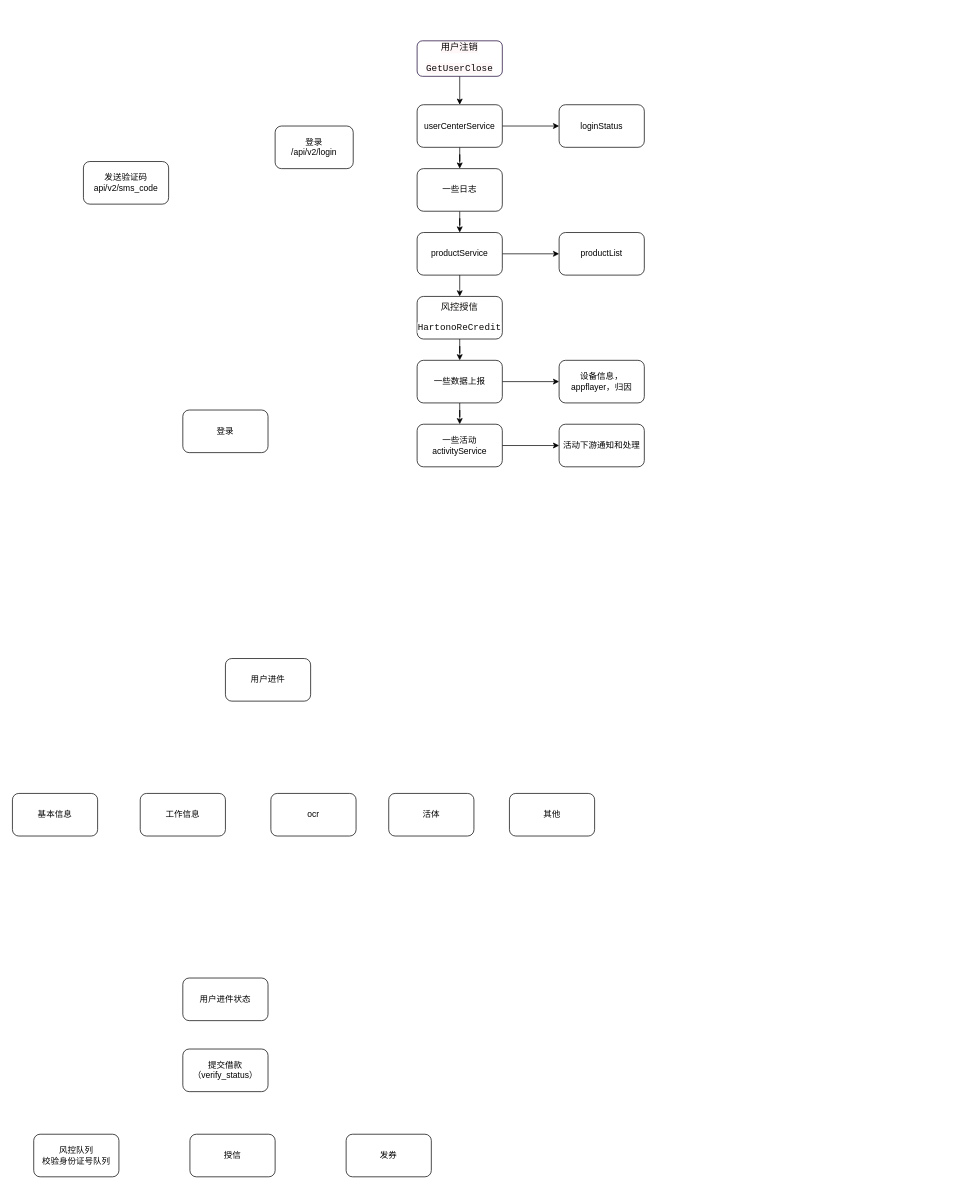
Before: 未命名绘图.drawio in xjw440/Workerman, a draw.io diagram. Source tidied: cells renumbered, new cells numbered last; positions are measured from the earlier drawing's top-left corner, leaving out a move shared by most shapes. Both pictures are drawn from the tidied source at 71%, with x=0, y=0 at pixel (12, 40).
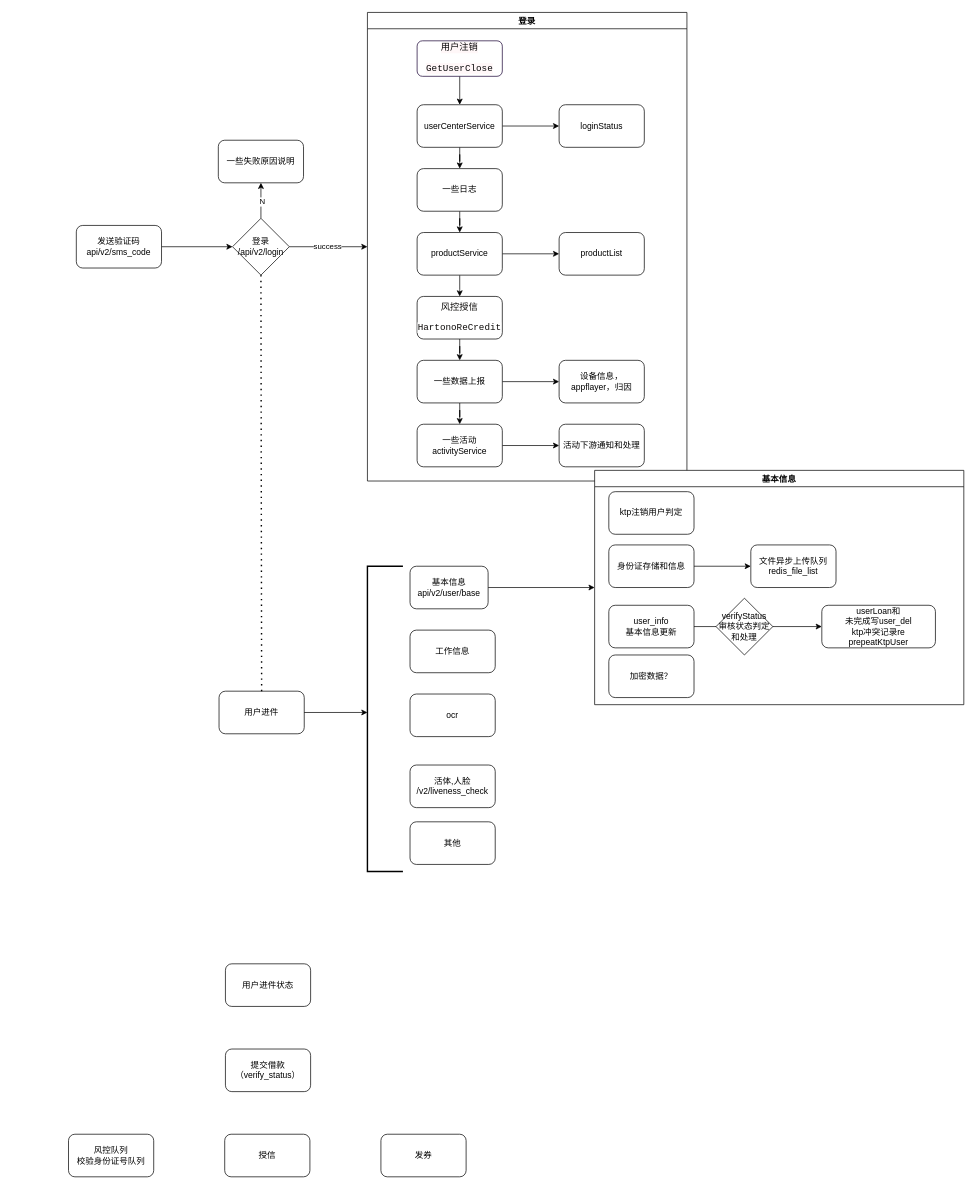
The same page after the edit.

Commit message:
更新未命名绘图.drawio

Change to the diagram source:
```diff
@@
-    <mxCell id="2" value="登录" style="rounded=1;whiteSpace=wrap;html=1;fontSize=12;glass=0;strokeWidth=1;shadow=0;" parent="1" vertex="1">
-      <mxGeometry x="240" y="520" width="120" height="60" as="geometry" />
-    </mxCell>
     <mxCell id="3" value="用户进件" style="rounded=1;whiteSpace=wrap;html=1;" parent="1" vertex="1">
-      <mxGeometry x="300" y="870" width="120" height="60" as="geometry" />
+      <mxGeometry x="291" y="916" width="120" height="60" as="geometry" />
     </mxCell>
     <mxCell id="4" value="工作信息" style="rounded=1;whiteSpace=wrap;html=1;" parent="1" vertex="1">
-      <mxGeometry x="180" y="1060" width="120" height="60" as="geometry" />
+      <mxGeometry x="560" y="830" width="120" height="60" as="geometry" />
     </mxCell>
     <mxCell id="5" value="用户进件状态" style="rounded=1;whiteSpace=wrap;html=1;" parent="1" vertex="1">
-      <mxGeometry x="240" y="1320" width="120" height="60" as="geometry" />
+      <mxGeometry x="300" y="1300" width="120" height="60" as="geometry" />
     </mxCell>
     <mxCell id="6" value="提交借款（verify_status）" style="rounded=1;whiteSpace=wrap;html=1;" parent="1" vertex="1">
-      <mxGeometry x="240" y="1420" width="120" height="60" as="geometry" />
+      <mxGeometry x="300" y="1420" width="120" height="60" as="geometry" />
     </mxCell>
     <mxCell id="7" value="风控队列&lt;br&gt;校验身份证号队列" style="rounded=1;whiteSpace=wrap;html=1;" parent="1" vertex="1">
-      <mxGeometry x="30" y="1540" width="120" height="60" as="geometry" />
+      <mxGeometry x="79" y="1540" width="120" height="60" as="geometry" />
     </mxCell>
     <mxCell id="8" value="授信" style="rounded=1;whiteSpace=wrap;html=1;" parent="1" vertex="1">
-      <mxGeometry x="250" y="1540" width="120" height="60" as="geometry" />
+      <mxGeometry x="299" y="1540" width="120" height="60" as="geometry" />
     </mxCell>
     <mxCell id="9" value="发券" style="rounded=1;whiteSpace=wrap;html=1;" parent="1" vertex="1">
-      <mxGeometry x="470" y="1540" width="120" height="60" as="geometry" />
+      <mxGeometry x="519" y="1540" width="120" height="60" as="geometry" />
     </mxCell>
+    <mxCell id="37" style="edgeStyle=orthogonalEdgeStyle;rounded=0;jettySize=auto;html=1;entryX=0;entryY=0.5;entryDx=0;entryDy=0;" parent="1" edge="1" source="10" target="47">
+      <mxGeometry relative="1" as="geometry" />
+    </mxCell>
-    <mxCell id="10" value="基本信息" style="rounded=1;whiteSpace=wrap;html=1;" parent="1" vertex="1">
-      <mxGeometry y="1060" width="120" height="60" as="geometry" />
+    <mxCell id="10" value="基本信息&lt;br&gt;api/v2/user/base" style="rounded=1;whiteSpace=wrap;html=1;" parent="1" vertex="1">
+      <mxGeometry x="560" y="740" width="110" height="60" as="geometry" />
     </mxCell>
     <mxCell id="11" value="ocr" style="rounded=1;whiteSpace=wrap;html=1;" parent="1" vertex="1">
-      <mxGeometry x="364" y="1060" width="120" height="60" as="geometry" />
+      <mxGeometry x="560" y="920" width="120" height="60" as="geometry" />
     </mxCell>
-    <mxCell id="12" value="活体" style="rounded=1;whiteSpace=wrap;html=1;" parent="1" vertex="1">
-      <mxGeometry x="530" y="1060" width="120" height="60" as="geometry" />
+    <mxCell id="12" value="活体,人脸&lt;br&gt;/v2/liveness_check" style="rounded=1;whiteSpace=wrap;html=1;" parent="1" vertex="1">
+      <mxGeometry x="560" y="1020" width="120" height="60" as="geometry" />
     </mxCell>
     <mxCell id="13" value="其他" style="rounded=1;whiteSpace=wrap;html=1;" parent="1" vertex="1">
-      <mxGeometry x="700" y="1060" width="120" height="60" as="geometry" />
+      <mxGeometry x="560" y="1100" width="120" height="60" as="geometry" />
     </mxCell>
+    <mxCell id="38" style="edgeStyle=orthogonalEdgeStyle;rounded=0;jettySize=auto;html=1;exitX=1;exitY=0.5;exitDx=0;exitDy=0;entryX=0;entryY=0.5;entryDx=0;entryDy=0;" parent="1" edge="1" source="14" target="15">
+      <mxGeometry relative="1" as="geometry" />
+    </mxCell>
     <mxCell id="14" value="发送验证码api/v2/sms_code" style="rounded=1;whiteSpace=wrap;html=1;" parent="1" vertex="1">
-      <mxGeometry x="100" y="170" width="120" height="60" as="geometry" />
+      <mxGeometry x="90" y="260" width="120" height="60" as="geometry" />
     </mxCell>
-    <mxCell id="15" value="登录&lt;br&gt;/api/v2/login" style="rounded=1;whiteSpace=wrap;html=1;" parent="1" vertex="1">
-      <mxGeometry x="370" y="120" width="110" height="60" as="geometry" />
-    </mxCell>
@@
+    <mxCell id="39" style="edgeStyle=orthogonalEdgeStyle;rounded=0;jettySize=auto;html=1;exitX=1;exitY=0.5;exitDx=0;exitDy=0;entryX=0;entryY=0.5;entryDx=0;entryDy=0;" parent="1" edge="1" source="15" target="2">
+      <mxGeometry relative="1" as="geometry" />
+    </mxCell>
+    <mxCell id="40" value="success" style="edgeLabel;html=1;align=center;verticalAlign=middle;" parent="39" vertex="1">
+      <mxGeometry x="-0.04" y="1" relative="1" as="geometry" />
+    </mxCell>
+    <mxCell id="41" style="edgeStyle=orthogonalEdgeStyle;rounded=0;jettySize=auto;html=1;" parent="1" edge="1" source="15" target="43">
+      <mxGeometry relative="1" as="geometry" />
+    </mxCell>
+    <mxCell id="42" value="N" style="edgeLabel;html=1;align=center;verticalAlign=middle;" parent="41" vertex="1">
+      <mxGeometry x="-0.04" y="-1" relative="1" as="geometry" />
+    </mxCell>
+    <mxCell id="15" value="登录&lt;br style=&quot;border-color: var(--border-color);&quot;&gt;/api/v2/login" style="rhombus;whiteSpace=wrap;html=1;" parent="1" vertex="1">
+      <mxGeometry x="310" y="250" width="80" height="80" as="geometry" />
+    </mxCell>
+    <mxCell id="2" value="登录" style="swimlane;" parent="1" vertex="1">
+      <mxGeometry x="500" y="-40" width="450" height="660" as="geometry" />
+    </mxCell>
+    <mxCell id="43" value="一些失败原因说明" style="rounded=1;whiteSpace=wrap;html=1;" parent="1" vertex="1">
+      <mxGeometry x="290" y="140" width="120" height="60" as="geometry" />
+    </mxCell>
+    <mxCell id="44" style="strokeWidth=2;html=1;shape=mxgraph.flowchart.annotation_1;align=left;" parent="1" vertex="1">
+      <mxGeometry x="500" y="740" width="50" height="430" as="geometry" />
+    </mxCell>
+    <mxCell id="45" style="edgeStyle=orthogonalEdgeStyle;rounded=0;jettySize=auto;html=1;exitX=1;exitY=0.5;exitDx=0;exitDy=0;entryX=0;entryY=0.479;entryDx=0;entryDy=0;entryPerimeter=0;" parent="1" edge="1" source="3" target="44">
+      <mxGeometry relative="1" as="geometry" />
+    </mxCell>
+    <mxCell id="46" style="endArrow=none;dashed=1;html=1;dashPattern=1 3;strokeWidth=2;rounded=0;entryX=0.5;entryY=1;entryDx=0;entryDy=0;exitX=0.5;exitY=0;exitDx=0;exitDy=0;" parent="1" edge="1" source="3" target="15">
+      <mxGeometry relative="1" as="geometry" />
+    </mxCell>
+    <mxCell id="47" value="基本信息" style="swimlane;" parent="1" vertex="1">
+      <mxGeometry x="820" y="605" width="520" height="330" as="geometry" />
+    </mxCell>
+    <mxCell id="48" value="ktp注销用户判定" style="rounded=1;whiteSpace=wrap;html=1;" parent="47" vertex="1">
+      <mxGeometry x="20" y="30" width="120" height="60" as="geometry" />
+    </mxCell>
+    <mxCell id="49" style="edgeStyle=orthogonalEdgeStyle;rounded=0;jettySize=auto;html=1;" parent="47" edge="1" source="50" target="54">
+      <mxGeometry relative="1" as="geometry" />
+    </mxCell>
+    <mxCell id="50" value="user_info&lt;br&gt;基本信息更新" style="rounded=1;whiteSpace=wrap;html=1;" parent="47" vertex="1">
+      <mxGeometry x="20" y="190" width="120" height="60" as="geometry" />
+    </mxCell>
+    <mxCell id="51" style="edgeStyle=orthogonalEdgeStyle;rounded=0;jettySize=auto;html=1;" parent="47" edge="1" source="52" target="53">
+      <mxGeometry relative="1" as="geometry" />
+    </mxCell>
+    <mxCell id="52" value="身份证存储和信息" style="rounded=1;whiteSpace=wrap;html=1;" parent="47" vertex="1">
+      <mxGeometry x="20" y="105" width="120" height="60" as="geometry" />
+    </mxCell>
+    <mxCell id="53" value="文件异步上传队列&lt;br&gt;redis_file_list" style="whiteSpace=wrap;html=1;rounded=1;" parent="47" vertex="1">
+      <mxGeometry x="220" y="105" width="120" height="60" as="geometry" />
+    </mxCell>
+    <mxCell id="54" value="userLoan和&lt;br&gt;未完成写user_del&lt;br&gt;ktp冲突记录re prepeatKtpUser&lt;br&gt;" style="whiteSpace=wrap;html=1;rounded=1;" parent="47" vertex="1">
+      <mxGeometry x="320" y="190" width="160" height="60" as="geometry" />
+    </mxCell>
+    <mxCell id="55" value="verifyStatus&lt;br&gt;审核状态判定和处理" style="rhombus;whiteSpace=wrap;html=1;" parent="47" vertex="1">
+      <mxGeometry x="171" y="180" width="80" height="80" as="geometry" />
+    </mxCell>
+    <mxCell id="56" value="加密数据？" style="rounded=1;whiteSpace=wrap;html=1;" parent="47" vertex="1">
+      <mxGeometry x="20" y="260" width="120" height="60" as="geometry" />
+    </mxCell>
```
